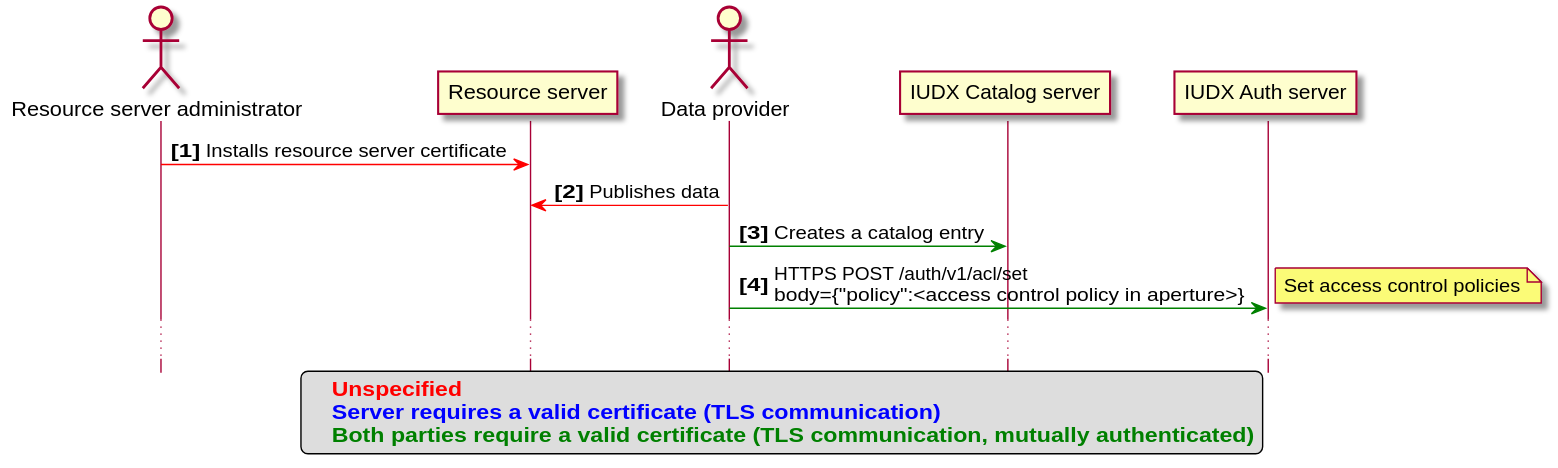
This is auth/setup.svg from datasetu/datasetu.github.io, a PlantUML export, as it was before one commit. Its diagram source:
```plantuml
@startuml
hide footbox

autonumber "<b>[0]"


actor "Resource server administrator" as rsa
participant "Resource server" as rs

actor "Data provider" as p
participant "IUDX Catalog server" as catalog

participant "IUDX Auth server" as auth


rsa -[#red]> rs: Installs resource server certificate


p -[#red]> rs : Publishes data

p -[#green]> catalog : Creates a catalog entry



p -[#green]> auth : HTTPS POST /auth/v1/acl/set\nbody={"policy":<access control policy in aperture>}
note right: Set access control policies


...


legend
<back:#red>   </back> <font color=red><b>Unspecified</b></font>
<back:blue>   </back> <font color=blue><b>Server requires a valid certificate (TLS communication)</b></font>
<back:green>   </back> <font color=green><b>Both parties require a valid certificate (TLS communication, mutually authenticated)</b></font>
endlegend
@enduml
```
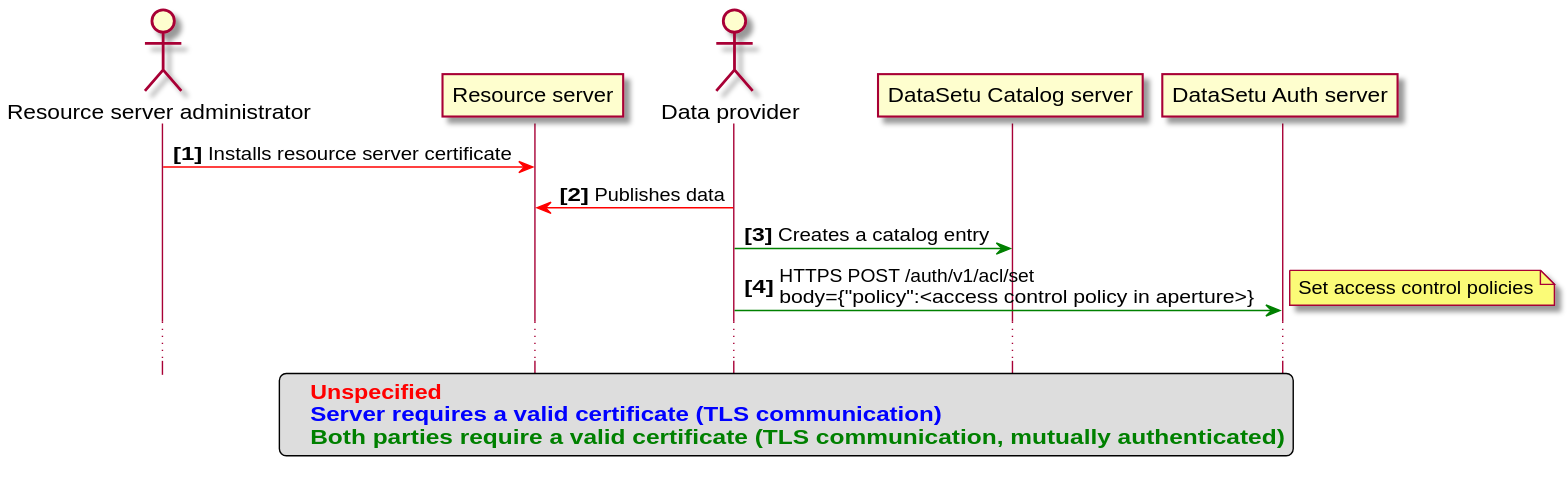
The same file after the commit.

Change to the diagram source:
```diff
@@ -8,9 +8,9 @@
 participant "Resource server" as rs
 
 actor "Data provider" as p
-participant "IUDX Catalog server" as catalog
+participant "DataSetu Catalog server" as catalog
 
-participant "IUDX Auth server" as auth
+participant "DataSetu Auth server" as auth
 
 
 rsa -[#red]> rs: Installs resource server certificate
```
